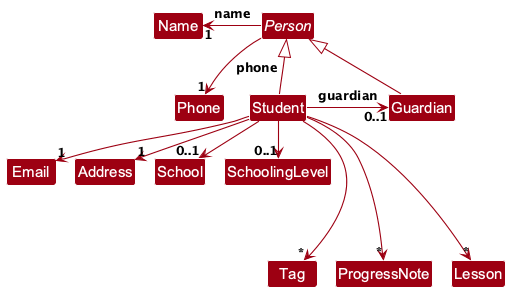
The PlantUML diagram docs/images/PersonClassDiagram.png in AY2627S1-CS2103T-F13-4/tp, before a commit.
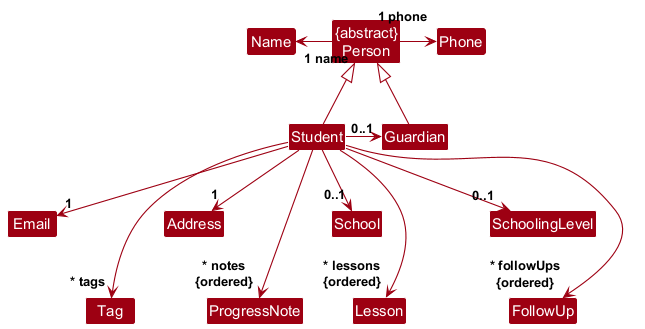
The same file after the commit.

Diff of the diagram source:
```diff
@@ -4,7 +4,7 @@
 skinparam arrowColor MODEL_COLOR
 skinparam classBackgroundColor MODEL_COLOR
 
-abstract class Person
+class "{abstract}\nPerson" as Person
 class Student
 class Guardian
 class Name
@@ -16,30 +16,34 @@
 class Tag
 class Lesson
 class ProgressNote
+class FollowUp
 
-Person -left-> "1" Name : name
-Person -down-> "1" Phone : phone
+Person -left-> "1 name" Name
+Person -right-> "1 phone" Phone
 
 Student -up-|> Person
 Guardian -up-|> Person
-Student -right-> "0..1" Guardian : guardian
+Student -right-> "0..1" Guardian
 
 Student -down-> "1" Email
 Student -down-> "1" Address
 Student -down-> "0..1" School
 Student -down-> "0..1" SchoolingLevel
 
-Student ---down-> "*" Tag
-Student ---down-> "*" ProgressNote
-Student ---down-> "*" Lesson
-
-Name -[hidden]down- Phone
+Student --down-> "~* tags" Tag
+Student --down-> "~* notes\n{ordered}" ProgressNote
+Student --down-> "~* lessons\n{ordered}" Lesson
+Student --down-> "~* followUps\n{ordered}" FollowUp
 
 Email -[hidden]right- Address
 Address -[hidden]right- School
 School -[hidden]right- SchoolingLevel
 
 Email -[hidden]down- Tag
+Address -[hidden]down- ProgressNote
+School -[hidden]down- Lesson
+SchoolingLevel -[hidden]down- FollowUp
 Tag -[hidden]right- ProgressNote
 ProgressNote -[hidden]right- Lesson
+Lesson -[hidden]right- FollowUp
 @enduml
```
